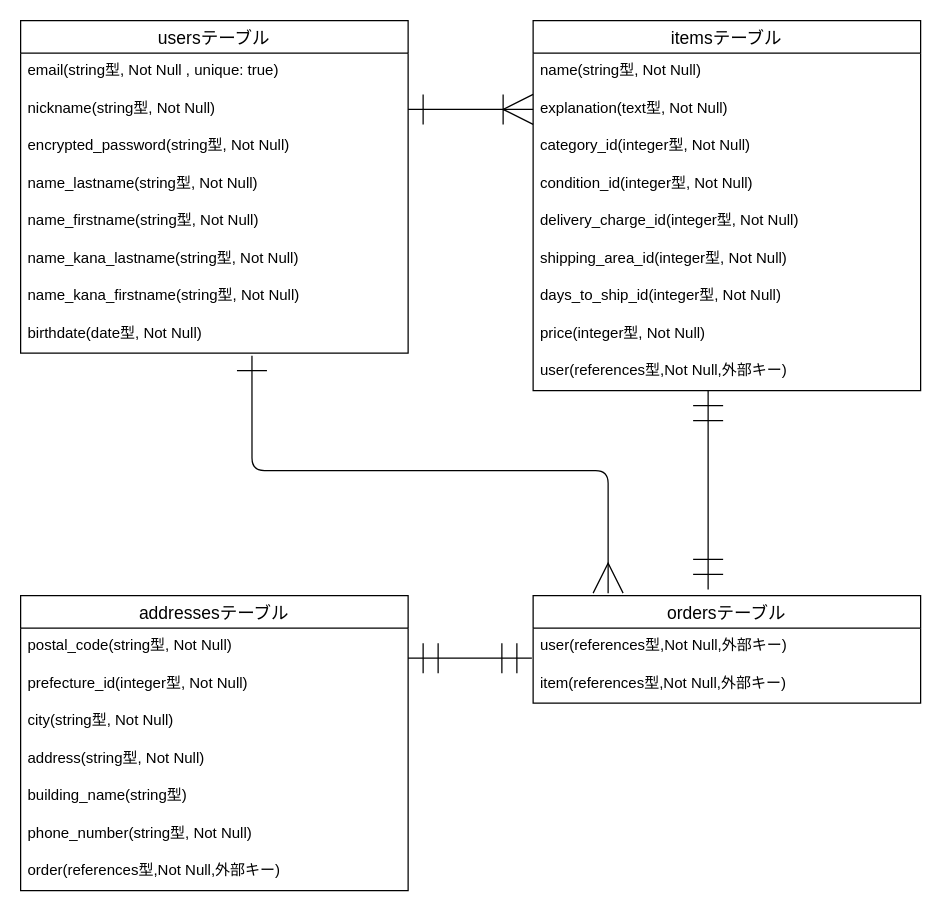
The draw.io diagram app/controllers/er.dio in kirikooooooooo/furima-38007, before the edit. Source tidied: cells renumbered, new cells numbered last; positions are measured from the earlier drawing's top-left corner, leaving out a move shared by most shapes. Both pictures are drawn from the tidied source at 125%, with x=0, y=0 at pixel (20, 20).
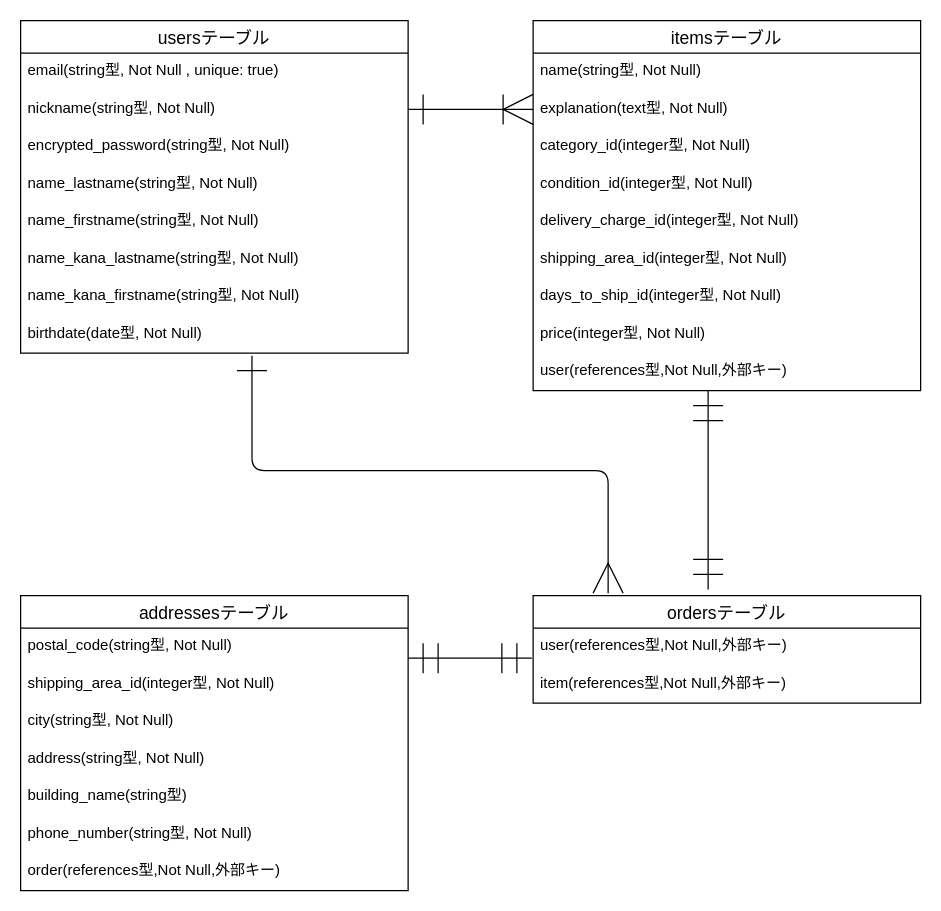
The same diagram, later.

Commit message (it also covers changes not shown here):
ER図　READMEの再修正

The change refers to these unchanged cells:
```xml
<mxCell id="27" value="addressesテーブル" style="swimlane;fontStyle=0;horizontal=1;startSize=26;align=center;fontSize=14;" parent="1" vertex="1">
  <mxGeometry y="460" width="310" height="236" as="geometry" />
</mxCell>
```

The edit, as a diff of the source:
```diff
@@
-    <mxCell id="29" value="prefecture_id(integer型, Not Null)" style="text;strokeColor=none;fillColor=none;spacingLeft=4;spacingRight=4;overflow=hidden;fontSize=12;" parent="27" vertex="1">
+    <mxCell id="29" value="shipping_area_id(integer型, Not Null)" style="text;strokeColor=none;fillColor=none;spacingLeft=4;spacingRight=4;overflow=hidden;fontSize=12;" parent="27" vertex="1">
       <mxGeometry y="56" width="310" height="30" as="geometry" />
     </mxCell>
```
